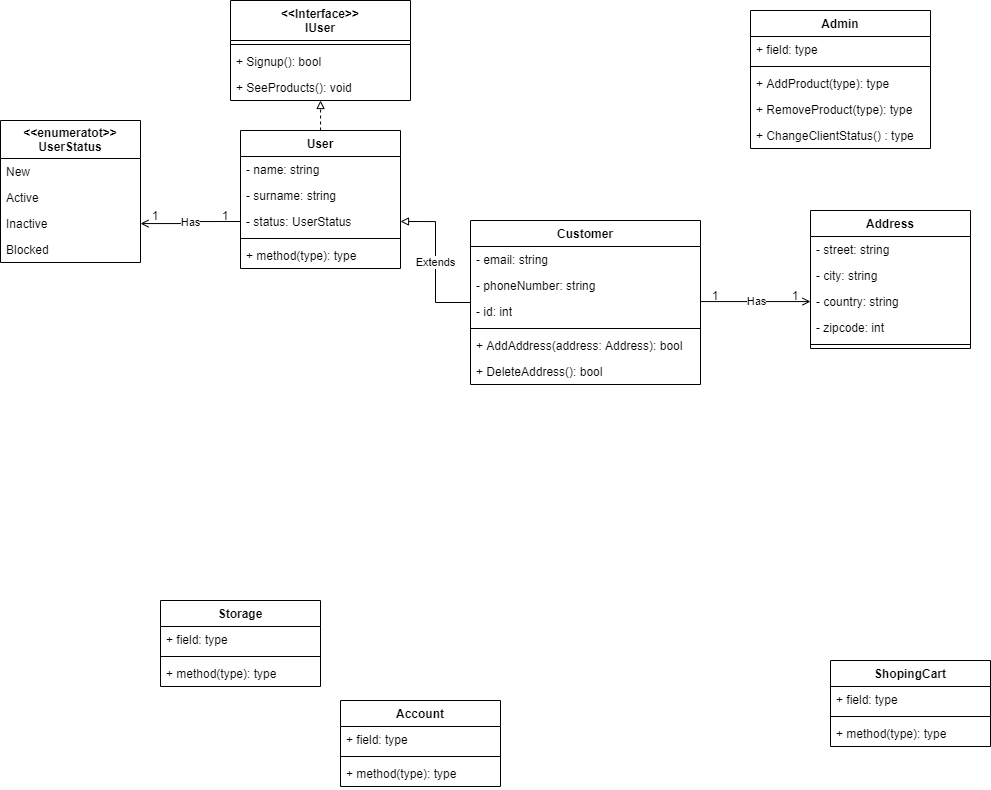
The draw.io diagram ShopConseptualUML.drawio.png in olh-msk/SigmaTask10, before a commit. Source tidied: cells renumbered, new cells last; positions are measured from the earlier drawing's top-left corner, leaving out a move shared by most shapes.
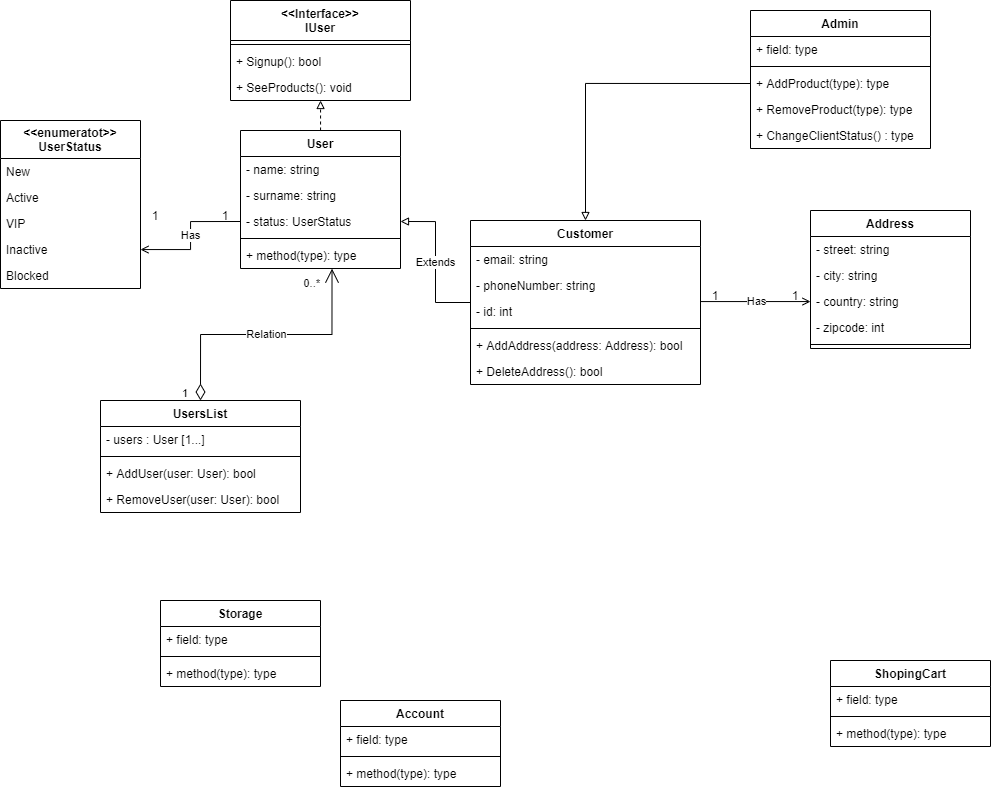
After the commit.

The edit, as a diff of the source:
```diff
@@ -143,7 +143,7 @@
       <mxGeometry y="60" width="160" height="26" as="geometry" />
     </mxCell>
     <mxCell id="47" value="&lt;&lt;enumeratot&gt;&gt;&#10;UserStatus" style="swimlane;fontStyle=1;horizontal=1;startSize=38;fillColor=none;" parent="1" vertex="1">
-      <mxGeometry y="120" width="140" height="142" as="geometry" />
+      <mxGeometry y="120" width="140" height="168" as="geometry" />
     </mxCell>
     <mxCell id="48" value="New" style="text;strokeColor=none;fillColor=none;align=left;verticalAlign=top;spacingLeft=4;spacingRight=4;overflow=hidden;" parent="47" vertex="1">
       <mxGeometry y="38" width="140" height="26" as="geometry" />
@@ -151,11 +151,14 @@
     <mxCell id="49" value="Active" style="text;strokeColor=none;fillColor=none;align=left;verticalAlign=top;spacingLeft=4;spacingRight=4;overflow=hidden;" parent="47" vertex="1">
       <mxGeometry y="64" width="140" height="26" as="geometry" />
     </mxCell>
+    <mxCell id="56" value="VIP" style="text;strokeColor=none;fillColor=none;align=left;verticalAlign=top;spacingLeft=4;spacingRight=4;overflow=hidden;" parent="47" vertex="1">
+      <mxGeometry y="90" width="140" height="26" as="geometry" />
+    </mxCell>
     <mxCell id="50" value="Inactive" style="text;strokeColor=none;fillColor=none;align=left;verticalAlign=top;spacingLeft=4;spacingRight=4;overflow=hidden;points=[[0,0.5],[1,0.5]];portConstraint=eastwest;" parent="47" vertex="1">
-      <mxGeometry y="90" width="140" height="26" as="geometry" />
+      <mxGeometry y="116" width="140" height="26" as="geometry" />
     </mxCell>
     <mxCell id="51" value="Blocked" style="text;strokeColor=none;fillColor=none;align=left;verticalAlign=top;spacingLeft=4;spacingRight=4;overflow=hidden;" parent="47" vertex="1">
-      <mxGeometry y="116" width="140" height="26" as="geometry" />
+      <mxGeometry y="142" width="140" height="26" as="geometry" />
     </mxCell>
     <mxCell id="52" value="1" style="text;html=1;strokeColor=none;fillColor=none;align=center;verticalAlign=middle;whiteSpace=wrap;rounded=0;" parent="1" vertex="1">
       <mxGeometry x="210" y="210" width="30" height="10" as="geometry" />
@@ -169,5 +172,36 @@
     <mxCell id="55" value="1" style="text;html=1;strokeColor=none;fillColor=none;align=center;verticalAlign=middle;whiteSpace=wrap;rounded=0;" parent="1" vertex="1">
       <mxGeometry x="780" y="290" width="30" height="10" as="geometry" />
     </mxCell>
+    <mxCell id="57" style="edgeStyle=orthogonalEdgeStyle;rounded=0;jettySize=auto;html=1;exitX=0;exitY=0.5;exitDx=0;exitDy=0;entryX=0.5;entryY=0;entryDx=0;entryDy=0;endArrow=block;endFill=0;" parent="1" edge="1" source="13" target="36">
+      <mxGeometry relative="1" as="geometry" />
+    </mxCell>
+    <mxCell id="58" value="UsersList" style="swimlane;fontStyle=1;align=center;verticalAlign=top;horizontal=1;startSize=26;" parent="1" vertex="1">
+      <mxGeometry x="100" y="400" width="200" height="112" as="geometry" />
+    </mxCell>
+    <mxCell id="59" value="- users : User [1...]" style="text;strokeColor=none;fillColor=none;align=left;verticalAlign=top;spacingLeft=4;spacingRight=4;overflow=hidden;" parent="58" vertex="1">
+      <mxGeometry y="26" width="200" height="26" as="geometry" />
+    </mxCell>
+    <mxCell id="60" style="line;strokeWidth=1;fillColor=none;align=left;verticalAlign=middle;spacingTop=-1;spacingLeft=3;spacingRight=3;labelPosition=right;" parent="58" vertex="1">
+      <mxGeometry y="52" width="200" height="8" as="geometry" />
+    </mxCell>
+    <mxCell id="61" value="+ AddUser(user: User): bool" style="text;strokeColor=none;fillColor=none;align=left;verticalAlign=top;spacingLeft=4;spacingRight=4;overflow=hidden;" parent="58" vertex="1">
+      <mxGeometry y="60" width="200" height="26" as="geometry" />
+    </mxCell>
+    <mxCell id="62" value="+ RemoveUser(user: User): bool" style="text;strokeColor=none;fillColor=none;align=left;verticalAlign=top;spacingLeft=4;spacingRight=4;overflow=hidden;" parent="58" vertex="1">
+      <mxGeometry y="86" width="200" height="26" as="geometry" />
+    </mxCell>
+    <mxCell id="63" value="Relation" style="endArrow=open;html=1;endSize=12;startArrow=diamondThin;startSize=14;startFill=0;edgeStyle=orthogonalEdgeStyle;rounded=0;exitX=0.5;exitY=0;exitDx=0;exitDy=0;entryX=0.572;entryY=1.005;entryDx=0;entryDy=0;entryPerimeter=0;" parent="1" edge="1" source="58" target="23">
+      <mxGeometry relative="1" as="geometry" />
+    </mxCell>
+    <mxCell id="64" value="1" style="edgeLabel;html=1;align=left;verticalAlign=top;" parent="63" vertex="1">
+      <mxGeometry x="-1" relative="1" as="geometry">
+        <mxPoint x="-20" y="-20" as="offset" />
+      </mxGeometry>
+    </mxCell>
+    <mxCell id="65" value="0..*" style="edgeLabel;html=1;align=right;verticalAlign=top;" parent="63" vertex="1">
+      <mxGeometry x="1" relative="1" as="geometry">
+        <mxPoint x="-12" y="2" as="offset" />
+      </mxGeometry>
+    </mxCell>
   </root>
 </mxGraphModel>
```
